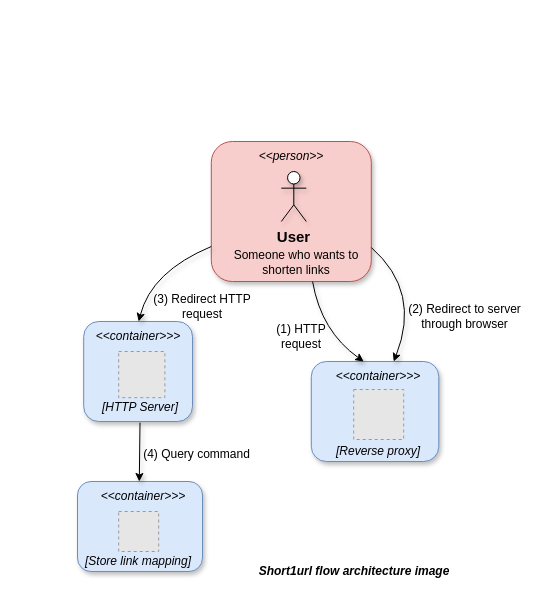
Earlier version of the draw.io diagram docs/architecture.drawio (thuongtruong1009/short1url). Source tidied: cells renumbered, new cells numbered last; positions are measured from the earlier drawing's top-left corner, leaving out a move shared by most shapes. Both pictures are drawn from the tidied source at 100%, with x=0, y=0 at pixel (62, 121). Pictures stored in the file or linked from it are replaced by grey dashed boxes.
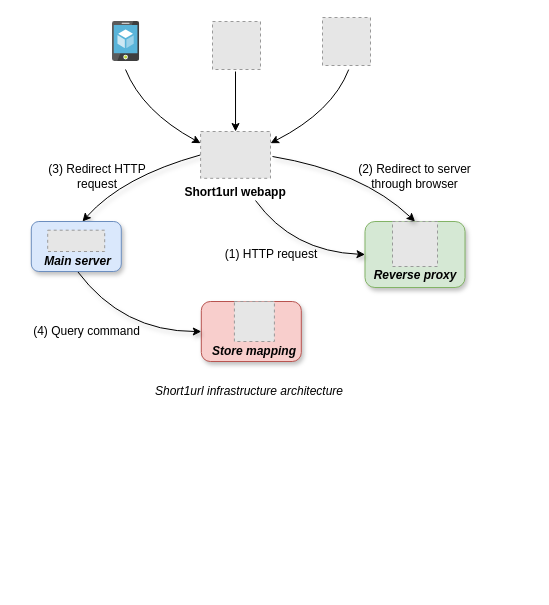
Above is the later version.

The edit, as a diff of the source:
```diff
@@
-    <mxCell id="2" style="swimlane;startSize=0;rounded=0;dashed=1;strokeColor=none;" parent="1" vertex="1">
-      <mxGeometry width="470" height="460" as="geometry" />
+    <mxCell id="2" style="swimlane;startSize=0;rounded=0;dashed=1;swimlaneLine=1;gradientColor=none;strokeColor=none;fillColor=none;" parent="1" vertex="1">
+      <mxGeometry width="420" height="280" as="geometry" />
     </mxCell>
-    <mxCell id="3" style="rounded=1;whiteSpace=wrap;html=1;fillColor=#f8cecc;strokeColor=#b85450;shadow=1;" parent="2" vertex="1">
-      <mxGeometry x="148.8" y="20" width="160" height="140" as="geometry" />
-    </mxCell>
-    <mxCell id="4" value="&lt;font style=&quot;font-size: 15px;&quot;&gt;&lt;b&gt;User&lt;/b&gt;&lt;/font&gt;" style="shape=umlActor;verticalLabelPosition=bottom;verticalAlign=top;html=1;shadow=1;" parent="2" vertex="1">
-      <mxGeometry x="218.8" y="50" width="25" height="50" as="geometry" />
-    </mxCell>
-    <mxCell id="5" value="Someone who wants to shorten links" style="text;html=1;strokeColor=none;fillColor=none;align=center;verticalAlign=middle;whiteSpace=wrap;rounded=0;shadow=1;" parent="2" vertex="1">
-      <mxGeometry x="158.8" y="126" width="150" height="30" as="geometry" />
-    </mxCell>
+    <mxCell id="10" style="rounded=1;whiteSpace=wrap;html=1;fillColor=#f8cecc;strokeColor=#b85450;shadow=1;" parent="2" vertex="1">
+      <mxGeometry x="138.8" y="180" width="100" height="60" as="geometry" />
+    </mxCell>
+    <mxCell id="12" value="&lt;i&gt;&lt;b&gt;Store mapping&lt;/b&gt;&lt;/i&gt;" style="text;html=1;strokeColor=none;fillColor=none;align=center;verticalAlign=middle;whiteSpace=wrap;rounded=0;shadow=1;" parent="2" vertex="1">
+      <mxGeometry x="120" y="220" width="143.8" height="20" as="geometry" />
+    </mxCell>
+    <mxCell id="13" style="fillColor=#E6E6E6;strokeColor=#999999;dashed=1;verticalLabelPosition=bottom;labelBackgroundColor=default;verticalAlign=top;" parent="2" vertex="1">
+      <mxGeometry x="171.9" y="180" width="40" height="40" as="geometry" />
+    </mxCell>
+    <mxCell id="19" value="(4) Query command" style="text;html=1;align=center;verticalAlign=middle;strokeColor=none;fillColor=none;shadow=1;" parent="2" vertex="1">
+      <mxGeometry x="-41.2" y="195" width="130" height="30" as="geometry" />
+    </mxCell>
+    <mxCell id="20" style="endArrow=classic;html=1;exitX=0;exitY=0.5;exitDx=0;exitDy=0;jumpStyle=arc;curved=1;shadow=1;" parent="2" edge="1" source="28">
+      <mxGeometry relative="1" as="geometry">
+        <mxPoint x="20" y="100" as="targetPoint" />
+        <Array as="points">
+          <mxPoint x="60" y="55" />
+        </Array>
+      </mxGeometry>
+    </mxCell>
+    <mxCell id="27" value="&lt;i&gt;Short1url infrastructure architecture&lt;/i&gt;" style="text;html=1;strokeColor=none;fillColor=none;align=center;verticalAlign=middle;whiteSpace=wrap;rounded=0;shadow=1;" parent="2" vertex="1">
+      <mxGeometry x="88.8" y="260" width="196.2" height="20" as="geometry" />
+    </mxCell>
+    <mxCell id="18" style="endArrow=classic;html=1;exitX=0.5;exitY=1;exitDx=0;exitDy=0;shadow=1;entryX=0;entryY=0.5;entryDx=0;entryDy=0;curved=1;" parent="2" edge="1" source="7" target="10">
+      <mxGeometry relative="1" as="geometry">
+        <Array as="points">
+          <mxPoint x="60" y="210" />
+        </Array>
+      </mxGeometry>
+    </mxCell>
+    <mxCell id="21" value="(1) HTTP request" style="text;html=1;strokeColor=none;fillColor=none;align=center;verticalAlign=middle;whiteSpace=wrap;rounded=0;" parent="2" vertex="1">
+      <mxGeometry x="153.8" y="118" width="110" height="30" as="geometry" />
+    </mxCell>
+    <mxCell id="28" value="Short1url webapp" style="fillColor=#E6E6E6;strokeColor=#999999;dashed=1;verticalLabelPosition=bottom;labelBackgroundColor=default;verticalAlign=top;fontStyle=1;" parent="2" vertex="1">
+      <mxGeometry x="138.1" y="10" width="69.9" height="46.8" as="geometry" />
+    </mxCell>
     <mxCell id="6" style="rounded=1;whiteSpace=wrap;html=1;fillColor=#dae8fc;strokeColor=#6c8ebf;shadow=1;" parent="2" vertex="1">
-      <mxGeometry x="21.2" y="200" width="108.8" height="100" as="geometry" />
+      <mxGeometry x="-31.2" y="100" width="90" height="50" as="geometry" />
     </mxCell>
-    <mxCell id="7" value="&lt;i&gt;[HTTP Server]&lt;/i&gt;" style="text;html=1;strokeColor=none;fillColor=none;align=center;verticalAlign=middle;whiteSpace=wrap;rounded=0;shadow=1;" parent="2" vertex="1">
-      <mxGeometry x="37.5" y="271.2" width="80" height="30" as="geometry" />
+    <mxCell id="7" value="&lt;i&gt;&lt;b&gt;Main server&lt;/b&gt;&lt;/i&gt;" style="text;html=1;strokeColor=none;fillColor=none;align=center;verticalAlign=middle;whiteSpace=wrap;rounded=0;shadow=1;" parent="2" vertex="1">
+      <mxGeometry x="-41.2" y="130" width="112.5" height="20" as="geometry" />
     </mxCell>
-    <mxCell id="8" value="&lt;i&gt;&amp;lt;&amp;lt;person&amp;gt;&amp;gt;&lt;/i&gt;" style="text;html=1;strokeColor=none;fillColor=none;align=center;verticalAlign=middle;whiteSpace=wrap;rounded=0;shadow=1;" parent="2" vertex="1">
-      <mxGeometry x="198.8" y="20" width="60" height="30" as="geometry" />
-    </mxCell>
-    <mxCell id="9" value="&lt;i&gt;&amp;lt;&amp;lt;container&amp;gt;&amp;gt;&amp;gt;&lt;/i&gt;" style="text;html=1;strokeColor=none;fillColor=none;align=center;verticalAlign=middle;whiteSpace=wrap;rounded=0;shadow=1;" parent="2" vertex="1">
-      <mxGeometry x="46.2" y="200" width="60" height="30" as="geometry" />
-    </mxCell>
-    <mxCell id="10" style="rounded=1;whiteSpace=wrap;html=1;fillColor=#dae8fc;strokeColor=#6c8ebf;shadow=1;" parent="2" vertex="1">
-      <mxGeometry x="15" y="360" width="125" height="90" as="geometry" />
-    </mxCell>
-    <mxCell id="11" value="&lt;i&gt;&amp;lt;&amp;lt;container&amp;gt;&amp;gt;&amp;gt;&lt;/i&gt;" style="text;html=1;strokeColor=none;fillColor=none;align=center;verticalAlign=middle;whiteSpace=wrap;rounded=0;shadow=1;" parent="2" vertex="1">
-      <mxGeometry x="51.2" y="360" width="60" height="30" as="geometry" />
-    </mxCell>
-    <mxCell id="12" value="&lt;i&gt;[Store link mapping]&lt;/i&gt;" style="text;html=1;strokeColor=none;fillColor=none;align=center;verticalAlign=middle;whiteSpace=wrap;rounded=0;shadow=1;" parent="2" vertex="1">
-      <mxGeometry x="16.2" y="430" width="120" height="20" as="geometry" />
-    </mxCell>
-    <mxCell id="13" style="fillColor=#E6E6E6;strokeColor=#999999;dashed=1;verticalLabelPosition=bottom;labelBackgroundColor=default;verticalAlign=top;" parent="2" vertex="1">
-      <mxGeometry x="56.2" y="390" width="40" height="40" as="geometry" />
-    </mxCell>
+    <mxCell id="29" style="fillColor=#E6E6E6;strokeColor=#999999;dashed=1;verticalLabelPosition=bottom;labelBackgroundColor=default;verticalAlign=top;" parent="2" vertex="1">
+      <mxGeometry x="-14.8" y="108.7" width="57" height="21.3" as="geometry" />
+    </mxCell>
+    <mxCell id="25" value="(3) Redirect HTTP request" style="text;html=1;strokeColor=none;fillColor=none;align=center;verticalAlign=middle;whiteSpace=wrap;rounded=0;shadow=1;" parent="2" vertex="1">
+      <mxGeometry x="-18.8" y="40" width="107.5" height="30" as="geometry" />
+    </mxCell>
-    <mxCell id="14" style="rounded=1;whiteSpace=wrap;html=1;fillColor=#dae8fc;strokeColor=#6c8ebf;shadow=1;" parent="2" vertex="1">
-      <mxGeometry x="248.8" y="240" width="127.5" height="100" as="geometry" />
+    <mxCell id="14" style="rounded=1;whiteSpace=wrap;html=1;fillColor=#d5e8d4;strokeColor=#82b366;shadow=1;" parent="2" vertex="1">
+      <mxGeometry x="302.5" y="100" width="100" height="66" as="geometry" />
     </mxCell>
-    <mxCell id="15" value="&lt;i&gt;&amp;lt;&amp;lt;container&amp;gt;&amp;gt;&amp;gt;&lt;/i&gt;" style="text;html=1;strokeColor=none;fillColor=none;align=center;verticalAlign=middle;whiteSpace=wrap;rounded=0;shadow=1;" parent="2" vertex="1">
-      <mxGeometry x="286.2" y="240" width="60" height="30" as="geometry" />
-    </mxCell>
+    <mxCell id="30" style="group;" parent="2" vertex="1">
+      <mxGeometry x="290" y="108" width="122.5" height="72" as="geometry" />
+    </mxCell>
-    <mxCell id="16" value="&lt;i&gt;[Reverse proxy]&lt;/i&gt;" style="text;html=1;strokeColor=none;fillColor=none;align=center;verticalAlign=middle;whiteSpace=wrap;rounded=0;shadow=1;" parent="2" vertex="1">
-      <mxGeometry x="256.2" y="320" width="120" height="20" as="geometry" />
+    <mxCell id="16" value="&lt;i&gt;&lt;b&gt;Reverse proxy&lt;/b&gt;&lt;/i&gt;" style="text;html=1;strokeColor=none;fillColor=none;align=center;verticalAlign=middle;whiteSpace=wrap;rounded=0;shadow=1;" parent="30" vertex="1">
+      <mxGeometry x="2.5" y="37" width="120" height="17" as="geometry" />
     </mxCell>
-    <mxCell id="17" style="fillColor=#E6E6E6;strokeColor=#999999;dashed=1;verticalLabelPosition=bottom;labelBackgroundColor=default;verticalAlign=top;" parent="2" vertex="1">
-      <mxGeometry x="291.2" y="268" width="50" height="50" as="geometry" />
+    <mxCell id="17" style="fillColor=#E6E6E6;strokeColor=#999999;dashed=1;verticalLabelPosition=bottom;labelBackgroundColor=default;verticalAlign=top;" parent="30" vertex="1">
+      <mxGeometry x="40" y="-8" width="45" height="45" as="geometry" />
     </mxCell>
-    <mxCell id="18" style="endArrow=classic;html=1;rounded=0;exitX=0.5;exitY=1;exitDx=0;exitDy=0;shadow=1;" parent="2" edge="1" source="7">
-      <mxGeometry relative="1" as="geometry">
-        <mxPoint x="76.8" y="360" as="targetPoint" />
-      </mxGeometry>
-    </mxCell>
-    <mxCell id="19" value="(4) Query command" style="text;html=1;align=center;verticalAlign=middle;strokeColor=none;fillColor=none;shadow=1;" parent="2" vertex="1">
-      <mxGeometry x="68.8" y="318" width="130" height="30" as="geometry" />
-    </mxCell>
-    <mxCell id="20" style="endArrow=classic;html=1;entryX=0.5;entryY=0;entryDx=0;entryDy=0;exitX=0;exitY=0.75;exitDx=0;exitDy=0;jumpStyle=arc;curved=1;shadow=1;" parent="2" edge="1" source="3" target="9">
-      <mxGeometry relative="1" as="geometry">
-        <Array as="points">
-          <mxPoint x="88.8" y="150" />
-        </Array>
-      </mxGeometry>
-    </mxCell>
-    <mxCell id="21" value="(1) HTTP request" style="text;html=1;strokeColor=none;fillColor=none;align=center;verticalAlign=middle;whiteSpace=wrap;rounded=0;shadow=1;" parent="2" vertex="1">
-      <mxGeometry x="193.8" y="200" width="90" height="30" as="geometry" />
-    </mxCell>
+    <mxCell id="24" value="(2) Redirect to server through browser" style="text;html=1;strokeColor=none;fillColor=none;align=center;verticalAlign=middle;whiteSpace=wrap;rounded=0;shadow=0;" parent="2" vertex="1">
+      <mxGeometry x="291.2" y="40" width="122.5" height="30" as="geometry" />
+    </mxCell>
-    <mxCell id="22" style="endArrow=classic;html=1;entryX=0.75;entryY=0;entryDx=0;entryDy=0;exitX=1;exitY=0;exitDx=0;exitDy=0;jumpStyle=arc;curved=1;shadow=1;" parent="2" edge="1" source="5" target="15">
+    <mxCell id="22" style="endArrow=classic;html=1;jumpStyle=arc;curved=1;shadow=1;entryX=0.5;entryY=0;entryDx=0;entryDy=0;" parent="1" edge="1" target="14">
       <mxGeometry relative="1" as="geometry">
+        <mxPoint x="210" y="35" as="sourcePoint" />
         <Array as="points">
-          <mxPoint x="358.8" y="170" />
+          <mxPoint x="300" y="50" />
         </Array>
       </mxGeometry>
     </mxCell>
-    <mxCell id="23" style="endArrow=classic;html=1;exitX=0.633;exitY=1.001;exitDx=0;exitDy=0;jumpStyle=arc;curved=1;entryX=0.25;entryY=0;entryDx=0;entryDy=0;exitPerimeter=0;shadow=1;" parent="2" edge="1" source="3" target="15">
+    <mxCell id="23" style="endArrow=classic;html=1;jumpStyle=arc;curved=1;entryX=0;entryY=0.5;entryDx=0;entryDy=0;shadow=1;" parent="1" edge="1" target="14">
       <mxGeometry relative="1" as="geometry">
+        <mxPoint x="193" y="79" as="sourcePoint" />
         <Array as="points">
-          <mxPoint x="258.8" y="210" />
+          <mxPoint x="230" y="130" />
         </Array>
       </mxGeometry>
     </mxCell>
-    <mxCell id="24" value="(2) Redirect to server through browser" style="text;html=1;strokeColor=none;fillColor=none;align=center;verticalAlign=middle;whiteSpace=wrap;rounded=0;shadow=0;" parent="2" vertex="1">
-      <mxGeometry x="341.2" y="180" width="122.5" height="30" as="geometry" />
-    </mxCell>
-    <mxCell id="25" value="(3) Redirect HTTP request" style="text;html=1;strokeColor=none;fillColor=none;align=center;verticalAlign=middle;whiteSpace=wrap;rounded=0;shadow=1;" parent="2" vertex="1">
-      <mxGeometry x="86.2" y="170" width="107.5" height="30" as="geometry" />
-    </mxCell>
-    <mxCell id="26" style="fillColor=#E6E6E6;strokeColor=#999999;dashed=1;verticalLabelPosition=bottom;labelBackgroundColor=default;verticalAlign=top;" parent="2" vertex="1">
-      <mxGeometry x="56.2" y="230" width="46.2" height="46.2" as="geometry" />
-    </mxCell>
-    <mxCell id="27" value="&lt;i&gt;&lt;b&gt;Short1url flow architecture image&lt;/b&gt;&lt;/i&gt;" style="text;html=1;strokeColor=none;fillColor=none;align=center;verticalAlign=middle;whiteSpace=wrap;rounded=0;shadow=1;" parent="2" vertex="1">
-      <mxGeometry x="193.8" y="440" width="196.2" height="20" as="geometry" />
-    </mxCell>
+    <mxCell id="31" style="fillColor=#E6E6E6;strokeColor=#999999;dashed=1;html=1;verticalAlign=top;verticalLabelPosition=bottom;labelBackgroundColor=#ffffff;" parent="1" vertex="1">
+      <mxGeometry x="150" y="-100" width="48" height="48" as="geometry" />
+    </mxCell>
+    <mxCell id="32" style="fillColor=#E6E6E6;strokeColor=#999999;dashed=1;html=1;verticalAlign=top;verticalLabelPosition=bottom;labelBackgroundColor=#ffffff;" parent="1" vertex="1">
+      <mxGeometry x="260" y="-104" width="48" height="48" as="geometry" />
+    </mxCell>
+    <mxCell id="33" style="image;sketch=0;html=1;align=center;fontSize=12;image=img/lib/mscae/App_Service_Mobile_App.svg;" parent="1" vertex="1">
+      <mxGeometry x="50" y="-100" width="27.2" height="40" as="geometry" />
+    </mxCell>
+    <mxCell id="34" style="endArrow=classic;html=1;rounded=0;entryX=0.5;entryY=0;entryDx=0;entryDy=0;" parent="1" edge="1" target="28">
+      <mxGeometry relative="1" as="geometry">
+        <mxPoint x="173" y="-50" as="sourcePoint" />
+      </mxGeometry>
+    </mxCell>
+    <mxCell id="35" style="endArrow=classic;html=1;curved=1;exitX=0.546;exitY=1.085;exitDx=0;exitDy=0;exitPerimeter=0;entryX=1;entryY=0.25;entryDx=0;entryDy=0;" parent="1" edge="1" source="32" target="28">
+      <mxGeometry relative="1" as="geometry">
+        <Array as="points">
+          <mxPoint x="270" y="-10" />
+        </Array>
+      </mxGeometry>
+    </mxCell>
+    <mxCell id="36" style="endArrow=classic;html=1;entryX=0;entryY=0.25;entryDx=0;entryDy=0;curved=1;" parent="1" edge="1" target="28">
+      <mxGeometry relative="1" as="geometry">
+        <mxPoint x="63" y="-52" as="sourcePoint" />
+        <Array as="points">
+          <mxPoint x="80" y="-10" />
+        </Array>
+      </mxGeometry>
+    </mxCell>
```
